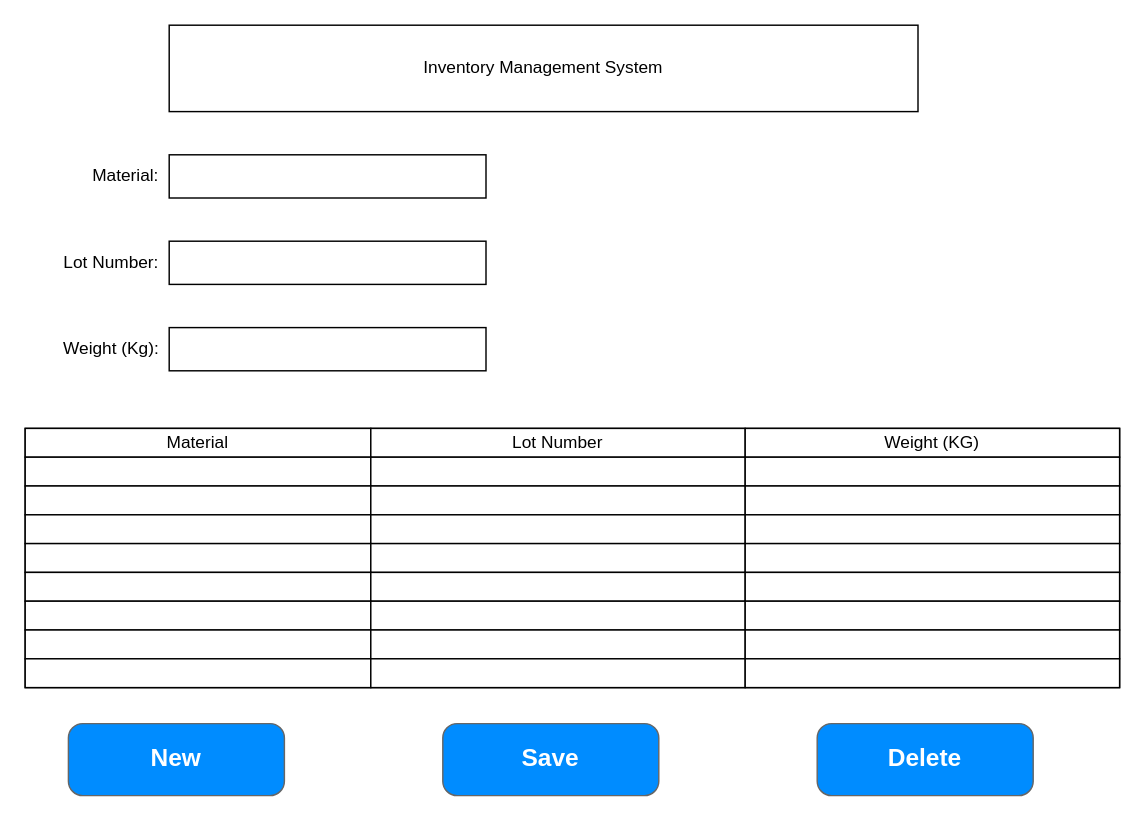
Before: Untitled Diagram.drawio in AlexanderWynn94/New-Projects-repo, a draw.io diagram. Source tidied: cells renumbered, new cells numbered last; positions are measured from the earlier drawing's top-left corner, leaving out a move shared by most shapes. Both pictures are drawn from the tidied source at 144%, with x=0, y=0 at pixel (24, 24).
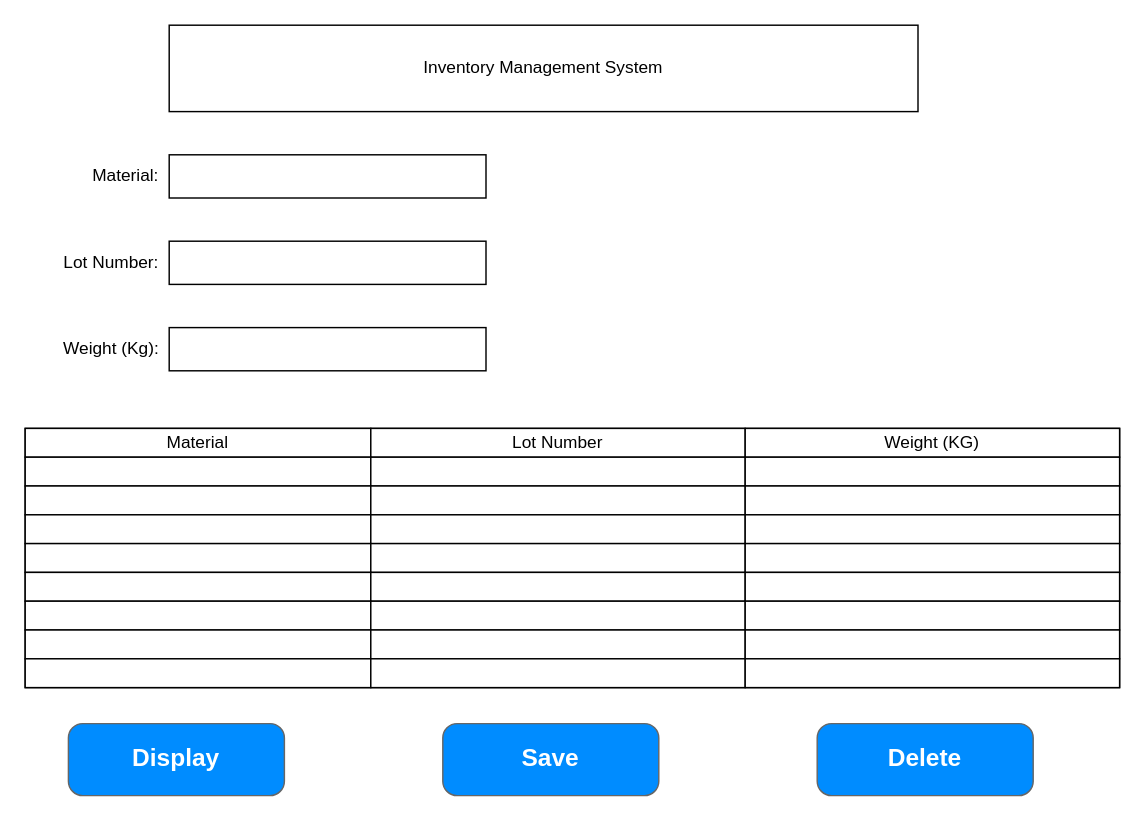
The same page after the edit.

Commit message (it also covers changes not shown here):
VP Inventory Manager

The edit, as a diff of the source:
```diff
@@
-    <mxCell id="4" value="New" style="strokeWidth=1;shadow=0;dashed=0;align=center;html=1;shape=mxgraph.mockup.buttons.button;strokeColor=#666666;fontColor=#ffffff;mainText=;buttonStyle=round;fontSize=17;fontStyle=1;fillColor=#008cff;whiteSpace=wrap;" parent="1" vertex="1">
+    <mxCell id="4" value="Display" style="strokeWidth=1;shadow=0;dashed=0;align=center;html=1;shape=mxgraph.mockup.buttons.button;strokeColor=#666666;fontColor=#ffffff;mainText=;buttonStyle=round;fontSize=17;fontStyle=1;fillColor=#008cff;whiteSpace=wrap;" parent="1" vertex="1">
       <mxGeometry x="30" y="485" width="150" height="50" as="geometry" />
     </mxCell>
```
